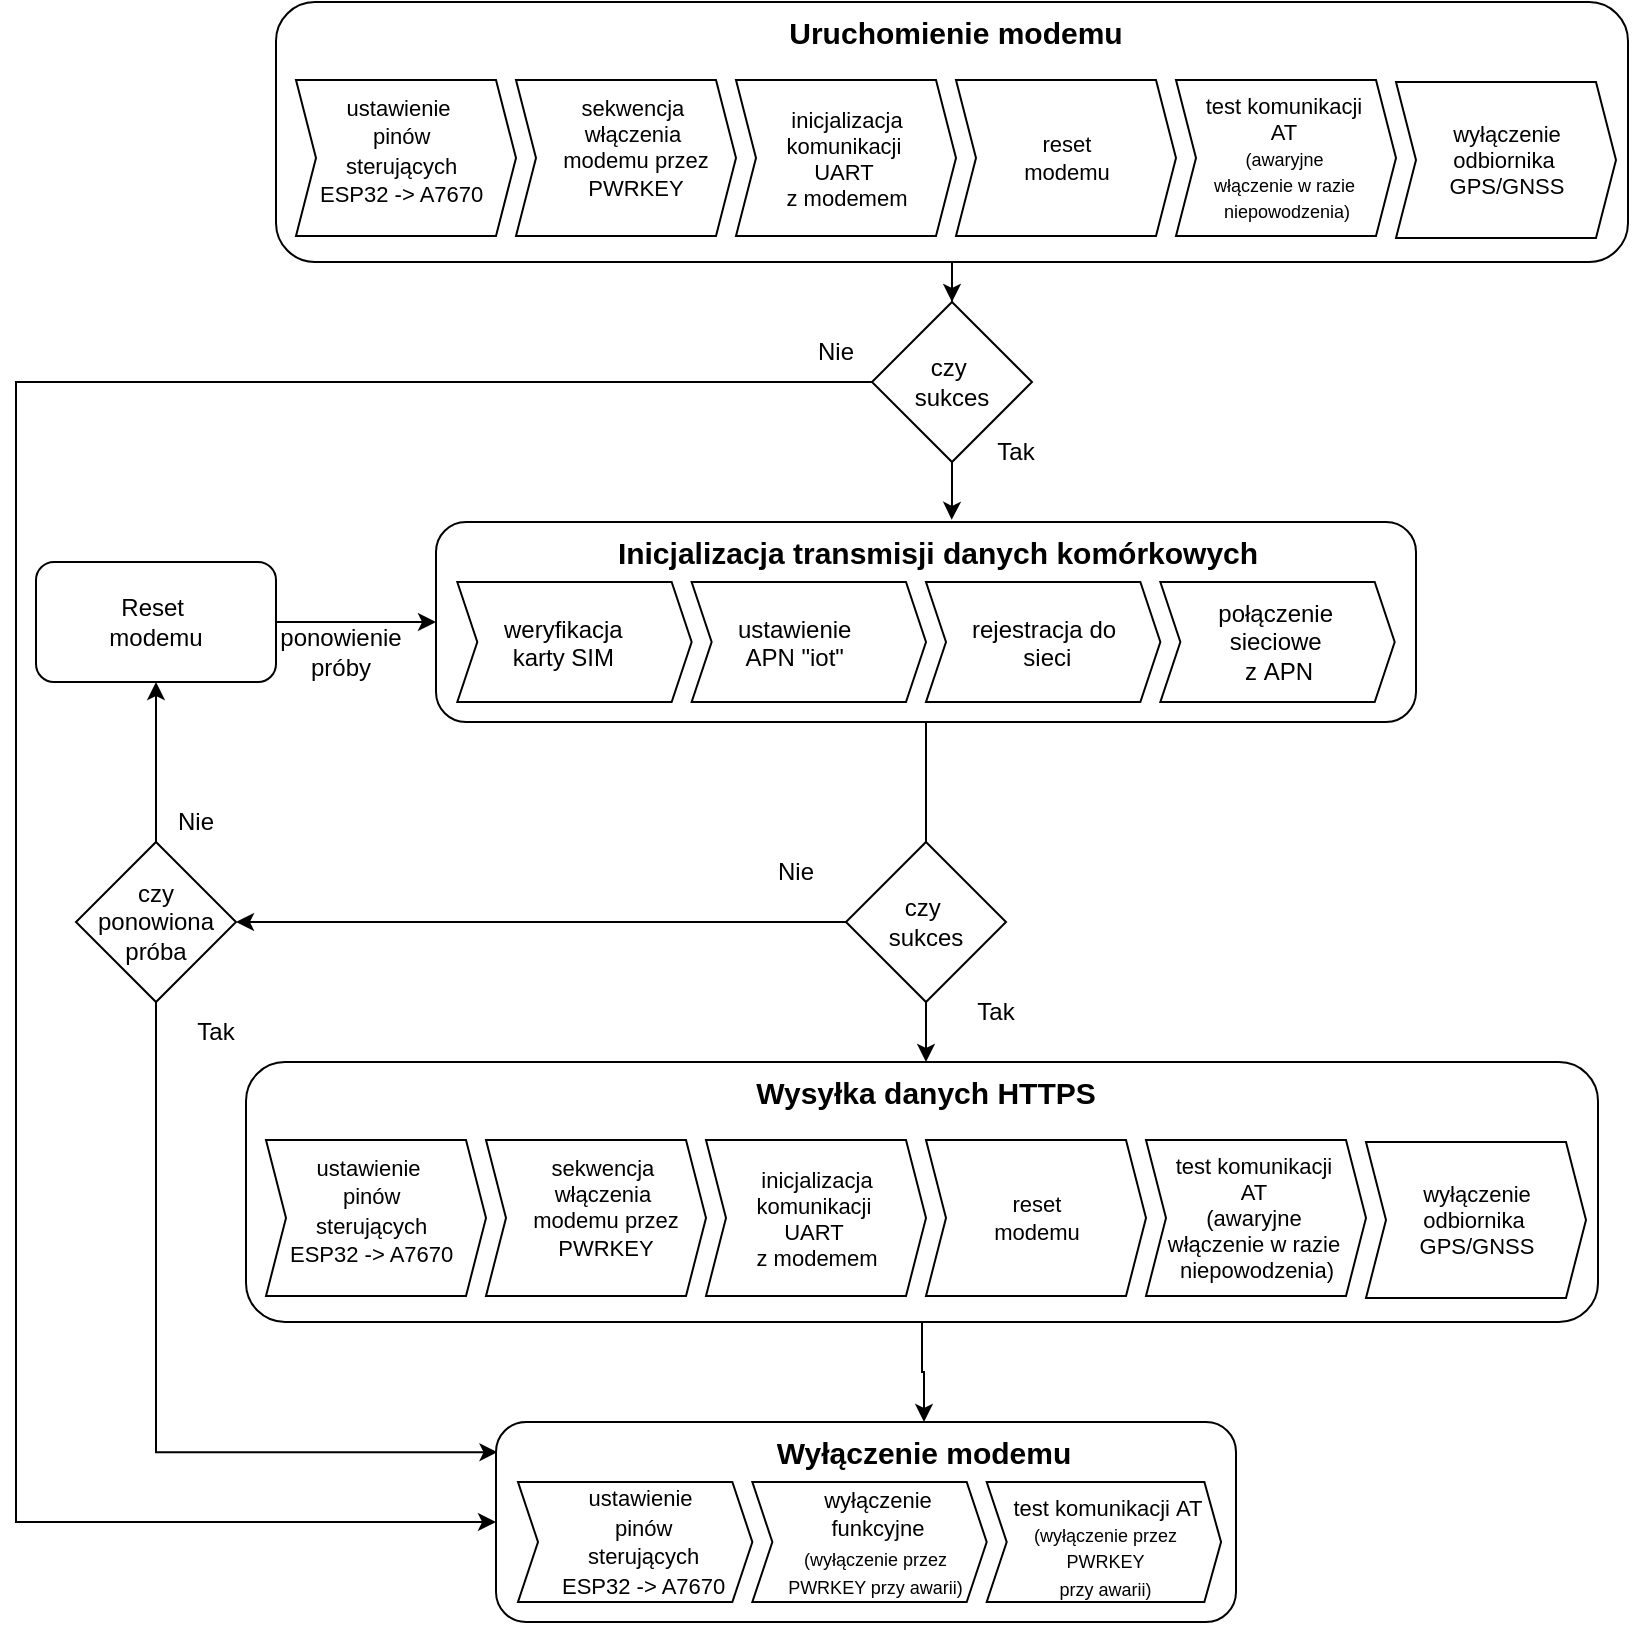
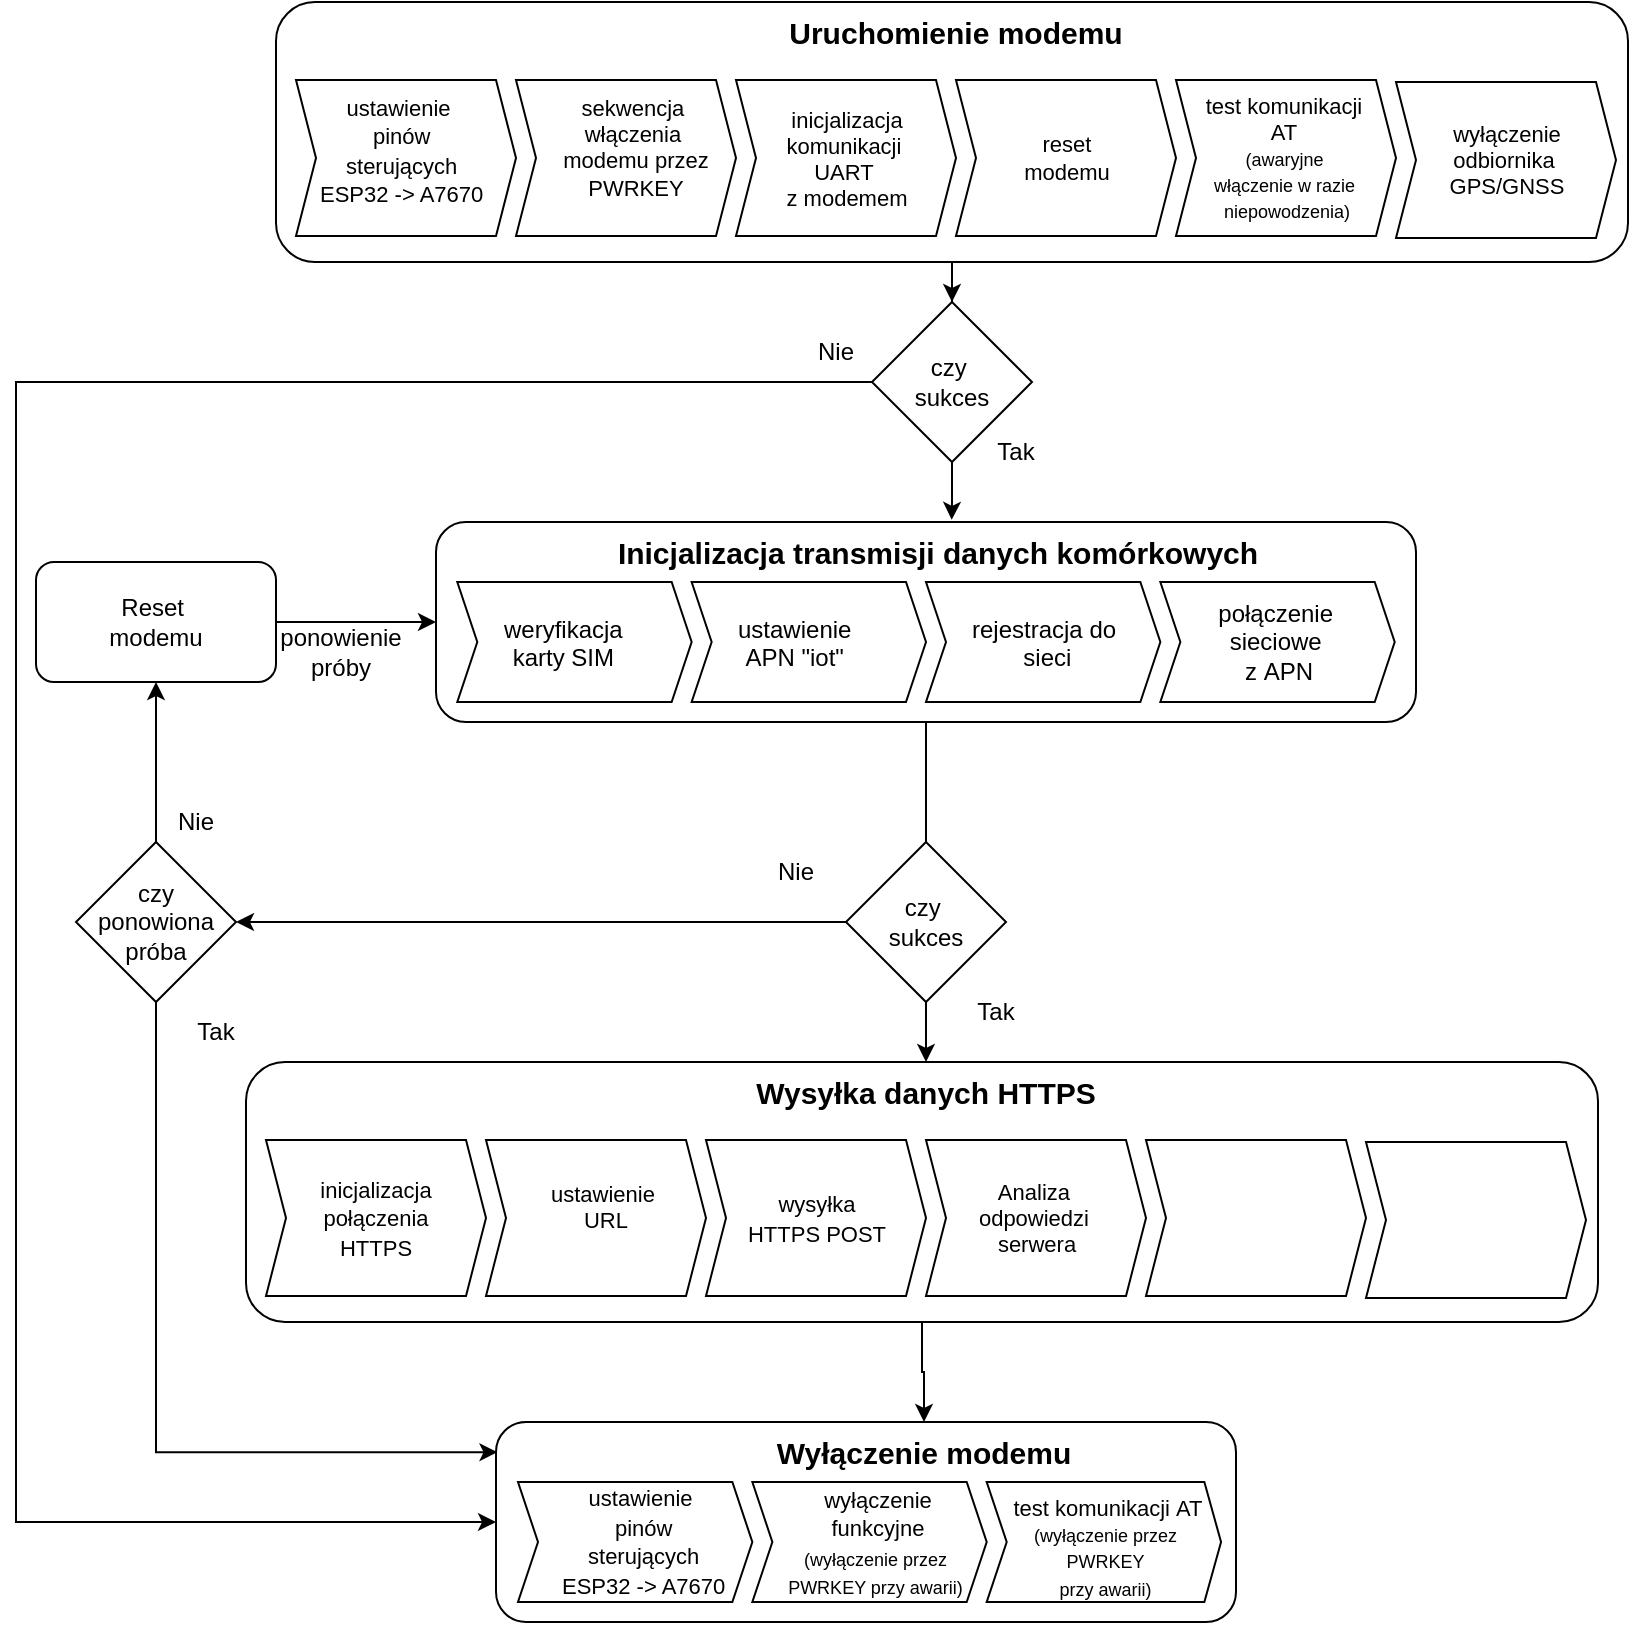
<mxfile host="app.diagrams.net">
  <diagram name="Strona-1" id="qUiWrLwNQSNPpPlMcjFA">
-     <mxGraphModel dx="578" dy="1732" grid="1" gridSize="10" guides="1" tooltips="1" connect="1" arrows="1" fold="1" page="1" pageScale="1" pageWidth="827" pageHeight="1169" math="0" shadow="0">
+     <mxGraphModel dx="960" dy="1979" grid="1" gridSize="10" guides="1" tooltips="1" connect="1" arrows="1" fold="1" page="1" pageScale="1" pageWidth="827" pageHeight="1169" math="0" shadow="0">
      <root>
        <mxCell id="0" />
        <mxCell id="1" parent="0" />
        <mxCell id="zzqq1YDTvUKB0URQ00NY-44" connectable="0" parent="1" style="group" value="" vertex="1">
          <mxGeometry height="100" width="490.6521739130435" x="650" y="110" as="geometry" />
        </mxCell>
        <mxCell id="zzqq1YDTvUKB0URQ00NY-41" parent="zzqq1YDTvUKB0URQ00NY-44" style="rounded=1;whiteSpace=wrap;html=1;fillColor=none;" value="" vertex="1">
          <mxGeometry height="100" width="490.0000000000001" as="geometry" />
        </mxCell>
        <mxCell id="zzqq1YDTvUKB0URQ00NY-43" connectable="0" parent="zzqq1YDTvUKB0URQ00NY-44" style="group" value="" vertex="1">
          <mxGeometry height="90" width="480" x="10.65217391304348" as="geometry" />
        </mxCell>
        <mxCell id="zzqq1YDTvUKB0URQ00NY-32" parent="zzqq1YDTvUKB0URQ00NY-43" style="html=1;shadow=0;dashed=0;align=center;verticalAlign=middle;shape=mxgraph.arrows2.arrow;dy=0;dx=10;notch=10;" value="" vertex="1">
          <mxGeometry height="60" width="117.17391304347828" y="30" as="geometry" />
        </mxCell>
        <mxCell id="zzqq1YDTvUKB0URQ00NY-34" parent="zzqq1YDTvUKB0URQ00NY-43" style="text;whiteSpace=wrap;html=1;" value="&lt;span style=&quot;caret-color: rgb(0, 0, 0); color: rgb(0, 0, 0); font-family: Helvetica; font-size: 12.000001px; font-style: normal; font-variant-caps: normal; font-weight: 400; letter-spacing: normal; orphans: 2; text-align: center; text-indent: 0px; text-transform: none; white-space: nowrap; widows: 2; word-spacing: 0px; -webkit-text-stroke-width: 0px; text-decoration-line: none; text-decoration-thickness: auto; text-decoration-style: solid;&quot;&gt;weryfikacja&lt;/span&gt;&lt;div style=&quot;caret-color: rgb(0, 0, 0); color: rgb(0, 0, 0); font-family: Helvetica; font-size: 12.000001px; font-style: normal; font-variant-caps: normal; font-weight: 400; letter-spacing: normal; orphans: 2; text-align: center; text-indent: 0px; text-transform: none; white-space: nowrap; widows: 2; word-spacing: 0px; -webkit-text-stroke-width: 0px; text-decoration-line: none; text-decoration-thickness: auto; text-decoration-style: solid;&quot;&gt;karty SIM&lt;/div&gt;" vertex="1">
          <mxGeometry height="50" width="95.86956521739131" x="21.30434782608696" y="40" as="geometry" />
        </mxCell>
        <mxCell id="zzqq1YDTvUKB0URQ00NY-35" parent="zzqq1YDTvUKB0URQ00NY-43" style="html=1;shadow=0;dashed=0;align=center;verticalAlign=middle;shape=mxgraph.arrows2.arrow;dy=0;dx=10;notch=10;" value="" vertex="1">
          <mxGeometry height="60" width="117.17391304347828" x="117.17391304347828" y="30" as="geometry" />
        </mxCell>
        <mxCell id="zzqq1YDTvUKB0URQ00NY-36" parent="zzqq1YDTvUKB0URQ00NY-43" style="text;whiteSpace=wrap;html=1;" value="&lt;div style=&quot;text-align: center;&quot;&gt;&lt;span style=&quot;font-size: 12px; caret-color: rgb(0, 0, 0); text-wrap-mode: nowrap;&quot;&gt;&lt;font color=&quot;#000000&quot;&gt;ustawienie&lt;/font&gt;&lt;/span&gt;&lt;/div&gt;&lt;div style=&quot;text-align: center;&quot;&gt;&lt;span style=&quot;font-size: 12px; caret-color: rgb(0, 0, 0); text-wrap-mode: nowrap;&quot;&gt;&lt;font color=&quot;#000000&quot;&gt;APN&amp;nbsp;&lt;/font&gt;&lt;/span&gt;&lt;span style=&quot;font-size: 12px; white-space: nowrap;&quot;&gt;&quot;iot&quot;&lt;/span&gt;&lt;/div&gt;" vertex="1">
          <mxGeometry height="50" width="95.86956521739131" x="138.47826086956525" y="40" as="geometry" />
        </mxCell>
        <mxCell id="zzqq1YDTvUKB0URQ00NY-37" parent="zzqq1YDTvUKB0URQ00NY-43" style="html=1;shadow=0;dashed=0;align=center;verticalAlign=middle;shape=mxgraph.arrows2.arrow;dy=0;dx=10;notch=10;" value="" vertex="1">
          <mxGeometry height="60" width="117.17391304347828" x="234.34782608695656" y="30" as="geometry" />
        </mxCell>
        <mxCell id="zzqq1YDTvUKB0URQ00NY-38" parent="zzqq1YDTvUKB0URQ00NY-43" style="text;whiteSpace=wrap;html=1;" value="&lt;div style=&quot;text-align: center;&quot;&gt;&lt;span style=&quot;caret-color: rgb(0, 0, 0); text-wrap-mode: nowrap;&quot;&gt;rejestracja do&amp;nbsp;&lt;/span&gt;&lt;/div&gt;&lt;div style=&quot;text-align: center;&quot;&gt;&lt;span style=&quot;caret-color: rgb(0, 0, 0); text-wrap-mode: nowrap;&quot;&gt;sieci&lt;/span&gt;&lt;/div&gt;" vertex="1">
          <mxGeometry height="50" width="95.86956521739131" x="255.6521739130435" y="40" as="geometry" />
        </mxCell>
        <mxCell id="zzqq1YDTvUKB0URQ00NY-39" parent="zzqq1YDTvUKB0URQ00NY-43" style="html=1;shadow=0;dashed=0;align=center;verticalAlign=middle;shape=mxgraph.arrows2.arrow;dy=0;dx=10;notch=10;" value="połączenie&amp;nbsp;&lt;div&gt;sieciowe&amp;nbsp;&lt;/div&gt;&lt;div&gt;z&amp;nbsp;&lt;span style=&quot;font-size: 12px;&quot;&gt;APN&lt;/span&gt;&lt;/div&gt;" vertex="1">
          <mxGeometry height="60" width="117.17391304347828" x="351.52173913043487" y="30" as="geometry" />
        </mxCell>
        <mxCell id="zzqq1YDTvUKB0URQ00NY-42" parent="zzqq1YDTvUKB0URQ00NY-43" style="text;whiteSpace=wrap;html=1;align=center;" value="&lt;div style=&quot;&quot;&gt;&lt;span style=&quot;&quot;&gt;&lt;b&gt;&lt;font style=&quot;font-size: 15px;&quot;&gt;Inicjalizacja transmisji danych komórkowych&lt;/font&gt;&lt;/b&gt;&lt;/span&gt;&lt;br&gt;&lt;/div&gt;" vertex="1">
          <mxGeometry height="50" width="480" as="geometry" />
        </mxCell>
        <mxCell id="zzqq1YDTvUKB0URQ00NY-64" connectable="0" parent="1" style="group" value="" vertex="1">
          <mxGeometry height="130" width="680" x="570" y="-150" as="geometry" />
        </mxCell>
        <mxCell id="zzqq1YDTvUKB0URQ00NY-47" parent="zzqq1YDTvUKB0URQ00NY-64" style="rounded=1;whiteSpace=wrap;html=1;fillColor=none;" value="" vertex="1">
          <mxGeometry height="130" width="676" as="geometry" />
        </mxCell>
        <mxCell id="zzqq1YDTvUKB0URQ00NY-63" connectable="0" parent="zzqq1YDTvUKB0URQ00NY-64" style="group" value="" vertex="1">
          <mxGeometry height="118" width="670" x="10" as="geometry" />
        </mxCell>
        <mxCell id="zzqq1YDTvUKB0URQ00NY-48" connectable="0" parent="zzqq1YDTvUKB0URQ00NY-63" style="group" value="" vertex="1">
          <mxGeometry height="117" width="670" as="geometry" />
        </mxCell>
        <mxCell id="zzqq1YDTvUKB0URQ00NY-49" parent="zzqq1YDTvUKB0URQ00NY-48" style="html=1;shadow=0;dashed=0;align=center;verticalAlign=middle;shape=mxgraph.arrows2.arrow;dy=0;dx=10;notch=10;" value="" vertex="1">
          <mxGeometry height="78" width="110" y="39" as="geometry" />
        </mxCell>
        <mxCell id="zzqq1YDTvUKB0URQ00NY-51" parent="zzqq1YDTvUKB0URQ00NY-48" style="html=1;shadow=0;dashed=0;align=center;verticalAlign=middle;shape=mxgraph.arrows2.arrow;dy=0;dx=10;notch=10;" value="" vertex="1">
          <mxGeometry height="78" width="110" x="110" y="39" as="geometry" />
        </mxCell>
        <mxCell id="zzqq1YDTvUKB0URQ00NY-52" parent="zzqq1YDTvUKB0URQ00NY-48" style="text;whiteSpace=wrap;html=1;fontSize=11;align=center;" value="&lt;div style=&quot;&quot;&gt;&lt;span style=&quot;caret-color: rgb(0, 0, 0); text-wrap-mode: nowrap;&quot;&gt;sekwencja&amp;nbsp;&lt;/span&gt;&lt;/div&gt;&lt;div style=&quot;&quot;&gt;&lt;span style=&quot;caret-color: rgb(0, 0, 0); text-wrap-mode: nowrap;&quot;&gt;włączenia&amp;nbsp;&lt;/span&gt;&lt;/div&gt;&lt;div style=&quot;&quot;&gt;&lt;span style=&quot;caret-color: rgb(0, 0, 0); text-wrap-mode: nowrap;&quot;&gt;modemu przez&lt;/span&gt;&lt;/div&gt;&lt;div style=&quot;&quot;&gt;&lt;span style=&quot;caret-color: rgb(0, 0, 0); text-wrap-mode: nowrap;&quot;&gt;PWRKEY&lt;/span&gt;&lt;/div&gt;&lt;div style=&quot;&quot;&gt;&lt;span style=&quot;caret-color: rgb(0, 0, 0); text-wrap-mode: nowrap;&quot;&gt;&lt;br&gt;&lt;/span&gt;&lt;/div&gt;&lt;div style=&quot;&quot;&gt;&lt;br&gt;&lt;/div&gt;" vertex="1">
          <mxGeometry height="77" width="120" x="110" y="40" as="geometry" />
        </mxCell>
        <mxCell id="zzqq1YDTvUKB0URQ00NY-53" parent="zzqq1YDTvUKB0URQ00NY-48" style="html=1;shadow=0;dashed=0;align=center;verticalAlign=middle;shape=mxgraph.arrows2.arrow;dy=0;dx=10;notch=10;" value="&lt;span style=&quot;font-size: 11px; float: none; display: inline !important; caret-color: rgb(0, 0, 0); color: rgb(0, 0, 0); text-decoration-color: currentcolor;&quot;&gt;inicjalizacja&lt;/span&gt;&lt;div style=&quot;font-size: 11px; white-space: normal; caret-color: rgb(0, 0, 0); color: rgb(0, 0, 0);&quot;&gt;&lt;span style=&quot;text-wrap-mode: nowrap;&quot;&gt;komunikacji&amp;nbsp;&lt;/span&gt;&lt;/div&gt;&lt;div style=&quot;font-size: 11px; white-space: normal; caret-color: rgb(0, 0, 0); color: rgb(0, 0, 0);&quot;&gt;&lt;span style=&quot;text-wrap-mode: nowrap;&quot;&gt;UART&amp;nbsp;&lt;/span&gt;&lt;/div&gt;&lt;div style=&quot;font-size: 11px; white-space: normal; caret-color: rgb(0, 0, 0); color: rgb(0, 0, 0);&quot;&gt;&lt;span style=&quot;text-wrap-mode: nowrap;&quot;&gt;z modemem&lt;/span&gt;&lt;/div&gt;" vertex="1">
          <mxGeometry height="78" width="110" x="220" y="39" as="geometry" />
        </mxCell>
        <mxCell id="zzqq1YDTvUKB0URQ00NY-55" parent="zzqq1YDTvUKB0URQ00NY-48" style="html=1;shadow=0;dashed=0;align=center;verticalAlign=middle;shape=mxgraph.arrows2.arrow;dy=0;dx=10;notch=10;fontSize=11;labelBackgroundColor=none;" value="reset&lt;div&gt;modemu&lt;/div&gt;" vertex="1">
          <mxGeometry height="78" width="110" x="330" y="39" as="geometry" />
        </mxCell>
        <mxCell id="zzqq1YDTvUKB0URQ00NY-56" parent="zzqq1YDTvUKB0URQ00NY-48" style="text;whiteSpace=wrap;html=1;align=center;" value="&lt;div style=&quot;&quot;&gt;&lt;b&gt;&lt;font style=&quot;font-size: 15px;&quot;&gt;Uruchomienie modemu&lt;/font&gt;&lt;/b&gt;&lt;/div&gt;" vertex="1">
          <mxGeometry height="65" width="680" x="-10" as="geometry" />
        </mxCell>
        <mxCell id="zzqq1YDTvUKB0URQ00NY-50" parent="zzqq1YDTvUKB0URQ00NY-48" style="text;whiteSpace=wrap;html=1;" value="&lt;div style=&quot;text-align: center;&quot;&gt;&lt;span style=&quot;text-wrap-mode: nowrap;&quot;&gt;&lt;font style=&quot;font-size: 11px;&quot;&gt;ustawienie&amp;nbsp;&lt;/font&gt;&lt;/span&gt;&lt;/div&gt;&lt;div style=&quot;text-align: center;&quot;&gt;&lt;span style=&quot;text-wrap-mode: nowrap;&quot;&gt;&lt;font style=&quot;font-size: 11px;&quot;&gt;pinów&lt;/font&gt;&lt;/span&gt;&lt;/div&gt;&lt;div style=&quot;text-align: center;&quot;&gt;&lt;span style=&quot;text-wrap-mode: nowrap;&quot;&gt;&lt;font style=&quot;font-size: 11px;&quot;&gt;&amp;nbsp;sterujących&amp;nbsp;&lt;/font&gt;&lt;/span&gt;&lt;/div&gt;&lt;div style=&quot;text-align: center;&quot;&gt;&lt;span style=&quot;font-size: 11px; text-wrap-mode: nowrap;&quot;&gt;ESP32 -&amp;gt; A7670&lt;/span&gt;&lt;/div&gt;&lt;div style=&quot;text-align: center;&quot;&gt;&lt;span style=&quot;text-wrap-mode: nowrap;&quot;&gt;&lt;br&gt;&lt;/span&gt;&lt;/div&gt;" vertex="1">
          <mxGeometry height="65" width="90" x="10" y="39" as="geometry" />
        </mxCell>
        <mxCell id="zzqq1YDTvUKB0URQ00NY-58" parent="zzqq1YDTvUKB0URQ00NY-63" style="html=1;shadow=0;dashed=0;align=center;verticalAlign=middle;shape=mxgraph.arrows2.arrow;dy=0;dx=10;notch=10;fontSize=11;" value="test komunikacji&amp;nbsp;&lt;div&gt;AT&amp;nbsp;&lt;div&gt;&lt;font style=&quot;font-size: 9px;&quot;&gt;(awaryjne&amp;nbsp;&lt;/font&gt;&lt;/div&gt;&lt;div&gt;&lt;font style=&quot;font-size: 9px;&quot;&gt;włączenie w razie&amp;nbsp;&lt;/font&gt;&lt;/div&gt;&lt;div&gt;&lt;font style=&quot;font-size: 9px;&quot;&gt;niepowodzenia)&lt;/font&gt;&lt;/div&gt;&lt;/div&gt;" vertex="1">
          <mxGeometry height="78" width="110" x="440" y="39" as="geometry" />
        </mxCell>
        <mxCell id="zzqq1YDTvUKB0URQ00NY-59" parent="zzqq1YDTvUKB0URQ00NY-63" style="html=1;shadow=0;dashed=0;align=center;verticalAlign=middle;shape=mxgraph.arrows2.arrow;dy=0;dx=10;notch=10;fontSize=11;" value="wyłączenie&lt;div&gt;odbiornika&amp;nbsp;&lt;/div&gt;&lt;div&gt;GPS/GNSS&lt;/div&gt;" vertex="1">
          <mxGeometry height="78" width="110" x="550" y="40" as="geometry" />
        </mxCell>
        <mxCell id="zzqq1YDTvUKB0URQ00NY-69" edge="1" parent="1" source="zzqq1YDTvUKB0URQ00NY-65" style="edgeStyle=orthogonalEdgeStyle;rounded=0;orthogonalLoop=1;jettySize=auto;html=1;fontSize=13;entryX=0.515;entryY=-0.022;entryDx=0;entryDy=0;entryPerimeter=0;" target="zzqq1YDTvUKB0URQ00NY-42" value="">
          <mxGeometry relative="1" as="geometry" />
        </mxCell>
        <mxCell id="zzqq1YDTvUKB0URQ00NY-126" edge="1" parent="1" source="zzqq1YDTvUKB0URQ00NY-65" style="edgeStyle=orthogonalEdgeStyle;rounded=0;orthogonalLoop=1;jettySize=auto;html=1;entryX=0;entryY=0.5;entryDx=0;entryDy=0;" target="zzqq1YDTvUKB0URQ00NY-73">
          <mxGeometry relative="1" as="geometry">
            <Array as="points">
              <mxPoint x="440" y="40" />
              <mxPoint x="440" y="610" />
            </Array>
            <mxPoint x="430" y="730" as="targetPoint" />
          </mxGeometry>
        </mxCell>
        <mxCell id="zzqq1YDTvUKB0URQ00NY-65" parent="1" style="rhombus;whiteSpace=wrap;html=1;" value="czy&amp;nbsp;&lt;div&gt;sukces&lt;/div&gt;" vertex="1">
          <mxGeometry height="80" width="80" x="868" as="geometry" />
        </mxCell>
        <mxCell id="zzqq1YDTvUKB0URQ00NY-66" parent="1" style="text;html=1;whiteSpace=wrap;strokeColor=none;fillColor=none;align=center;verticalAlign=middle;rounded=0;" value="Nie" vertex="1">
          <mxGeometry height="30" width="60" x="820" y="10" as="geometry" />
        </mxCell>
        <mxCell id="zzqq1YDTvUKB0URQ00NY-94" parent="1" style="text;html=1;whiteSpace=wrap;strokeColor=none;fillColor=none;align=center;verticalAlign=middle;rounded=0;" value="Tak" vertex="1">
          <mxGeometry height="30" width="60" x="910" y="60" as="geometry" />
        </mxCell>
        <mxCell id="zzqq1YDTvUKB0URQ00NY-95" connectable="0" parent="1" style="group" value="" vertex="1">
          <mxGeometry height="130" width="680" x="555" y="380" as="geometry" />
        </mxCell>
        <mxCell id="zzqq1YDTvUKB0URQ00NY-96" parent="zzqq1YDTvUKB0URQ00NY-95" style="rounded=1;whiteSpace=wrap;html=1;fillColor=none;" value="" vertex="1">
          <mxGeometry height="130" width="676" as="geometry" />
        </mxCell>
        <mxCell id="zzqq1YDTvUKB0URQ00NY-97" connectable="0" parent="zzqq1YDTvUKB0URQ00NY-95" style="group" value="" vertex="1">
-           <mxGeometry height="118" width="670" x="10" as="geometry" />
+           <mxGeometry height="120" width="670" x="10" as="geometry" />
        </mxCell>
        <mxCell id="zzqq1YDTvUKB0URQ00NY-98" connectable="0" parent="zzqq1YDTvUKB0URQ00NY-97" style="group" value="" vertex="1">
-           <mxGeometry height="117" width="670" as="geometry" />
+           <mxGeometry height="120" width="670" as="geometry" />
        </mxCell>
        <mxCell id="zzqq1YDTvUKB0URQ00NY-99" parent="zzqq1YDTvUKB0URQ00NY-98" style="html=1;shadow=0;dashed=0;align=center;verticalAlign=middle;shape=mxgraph.arrows2.arrow;dy=0;dx=10;notch=10;" value="" vertex="1">
          <mxGeometry height="78" width="110" y="39" as="geometry" />
        </mxCell>
        <mxCell id="zzqq1YDTvUKB0URQ00NY-100" parent="zzqq1YDTvUKB0URQ00NY-98" style="html=1;shadow=0;dashed=0;align=center;verticalAlign=middle;shape=mxgraph.arrows2.arrow;dy=0;dx=10;notch=10;" value="" vertex="1">
          <mxGeometry height="78" width="110" x="110" y="39" as="geometry" />
        </mxCell>
-         <mxCell id="zzqq1YDTvUKB0URQ00NY-101" parent="zzqq1YDTvUKB0URQ00NY-98" style="text;whiteSpace=wrap;html=1;fontSize=11;align=center;" value="&lt;div style=&quot;&quot;&gt;&lt;span style=&quot;caret-color: rgb(0, 0, 0); text-wrap-mode: nowrap;&quot;&gt;sekwencja&amp;nbsp;&lt;/span&gt;&lt;/div&gt;&lt;div style=&quot;&quot;&gt;&lt;span style=&quot;caret-color: rgb(0, 0, 0); text-wrap-mode: nowrap;&quot;&gt;włączenia&amp;nbsp;&lt;/span&gt;&lt;/div&gt;&lt;div style=&quot;&quot;&gt;&lt;span style=&quot;caret-color: rgb(0, 0, 0); text-wrap-mode: nowrap;&quot;&gt;modemu przez&lt;/span&gt;&lt;/div&gt;&lt;div style=&quot;&quot;&gt;&lt;span style=&quot;caret-color: rgb(0, 0, 0); text-wrap-mode: nowrap;&quot;&gt;PWRKEY&lt;/span&gt;&lt;/div&gt;&lt;div style=&quot;&quot;&gt;&lt;span style=&quot;caret-color: rgb(0, 0, 0); text-wrap-mode: nowrap;&quot;&gt;&lt;br&gt;&lt;/span&gt;&lt;/div&gt;&lt;div style=&quot;&quot;&gt;&lt;br&gt;&lt;/div&gt;" vertex="1">
+         <mxCell id="zzqq1YDTvUKB0URQ00NY-101" parent="zzqq1YDTvUKB0URQ00NY-98" style="text;whiteSpace=wrap;html=1;fontSize=11;align=center;" value="&lt;div style=&quot;&quot;&gt;&lt;span style=&quot;caret-color: rgb(0, 0, 0); text-wrap-mode: nowrap;&quot;&gt;&lt;br&gt;&lt;/span&gt;&lt;/div&gt;&lt;div style=&quot;&quot;&gt;&lt;span style=&quot;caret-color: rgb(0, 0, 0); text-wrap-mode: nowrap;&quot;&gt;ustawienie&amp;nbsp;&lt;/span&gt;&lt;/div&gt;&lt;div style=&quot;&quot;&gt;&lt;span style=&quot;white-space: nowrap;&quot;&gt;URL&lt;/span&gt;&lt;br&gt;&lt;/div&gt;" vertex="1">
          <mxGeometry height="77" width="120" x="110" y="40" as="geometry" />
        </mxCell>
-         <mxCell id="zzqq1YDTvUKB0URQ00NY-102" parent="zzqq1YDTvUKB0URQ00NY-98" style="html=1;shadow=0;dashed=0;align=center;verticalAlign=middle;shape=mxgraph.arrows2.arrow;dy=0;dx=10;notch=10;" value="&lt;span style=&quot;font-size: 11px; float: none; display: inline !important; caret-color: rgb(0, 0, 0); color: rgb(0, 0, 0); text-decoration-color: currentcolor;&quot;&gt;inicjalizacja&lt;/span&gt;&lt;div style=&quot;font-size: 11px; white-space: normal; caret-color: rgb(0, 0, 0); color: rgb(0, 0, 0);&quot;&gt;&lt;span style=&quot;text-wrap-mode: nowrap;&quot;&gt;komunikacji&amp;nbsp;&lt;/span&gt;&lt;/div&gt;&lt;div style=&quot;font-size: 11px; white-space: normal; caret-color: rgb(0, 0, 0); color: rgb(0, 0, 0);&quot;&gt;&lt;span style=&quot;text-wrap-mode: nowrap;&quot;&gt;UART&amp;nbsp;&lt;/span&gt;&lt;/div&gt;&lt;div style=&quot;font-size: 11px; white-space: normal; caret-color: rgb(0, 0, 0); color: rgb(0, 0, 0);&quot;&gt;&lt;span style=&quot;text-wrap-mode: nowrap;&quot;&gt;z modemem&lt;/span&gt;&lt;/div&gt;" vertex="1">
+         <mxCell id="zzqq1YDTvUKB0URQ00NY-102" parent="zzqq1YDTvUKB0URQ00NY-98" style="html=1;shadow=0;dashed=0;align=center;verticalAlign=middle;shape=mxgraph.arrows2.arrow;dy=0;dx=10;notch=10;" value="&lt;font color=&quot;#000000&quot;&gt;&lt;span style=&quot;caret-color: rgb(0, 0, 0); font-size: 11px;&quot;&gt;wysyłka&lt;/span&gt;&lt;/font&gt;&lt;div&gt;&lt;font color=&quot;#000000&quot;&gt;&lt;span style=&quot;caret-color: rgb(0, 0, 0); font-size: 11px;&quot;&gt;HTTPS POST&lt;/span&gt;&lt;/font&gt;&lt;/div&gt;" vertex="1">
          <mxGeometry height="78" width="110" x="220" y="39" as="geometry" />
        </mxCell>
-         <mxCell id="zzqq1YDTvUKB0URQ00NY-103" parent="zzqq1YDTvUKB0URQ00NY-98" style="html=1;shadow=0;dashed=0;align=center;verticalAlign=middle;shape=mxgraph.arrows2.arrow;dy=0;dx=10;notch=10;fontSize=11;labelBackgroundColor=none;" value="reset&lt;div&gt;modemu&lt;/div&gt;" vertex="1">
+         <mxCell id="zzqq1YDTvUKB0URQ00NY-103" parent="zzqq1YDTvUKB0URQ00NY-98" style="html=1;shadow=0;dashed=0;align=center;verticalAlign=middle;shape=mxgraph.arrows2.arrow;dy=0;dx=10;notch=10;fontSize=11;labelBackgroundColor=none;" value="Analiza&amp;nbsp;&lt;div&gt;odpowiedzi&amp;nbsp;&lt;/div&gt;&lt;div&gt;serwera&lt;/div&gt;" vertex="1">
          <mxGeometry height="78" width="110" x="330" y="39" as="geometry" />
        </mxCell>
        <mxCell id="zzqq1YDTvUKB0URQ00NY-104" parent="zzqq1YDTvUKB0URQ00NY-98" style="text;whiteSpace=wrap;html=1;align=center;" value="&lt;div style=&quot;&quot;&gt;&lt;b&gt;&lt;font style=&quot;font-size: 15px;&quot;&gt;Wysyłka danych HTTPS&lt;/font&gt;&lt;/b&gt;&lt;/div&gt;" vertex="1">
          <mxGeometry height="65" width="680" x="-10" as="geometry" />
        </mxCell>
-         <mxCell id="zzqq1YDTvUKB0URQ00NY-105" parent="zzqq1YDTvUKB0URQ00NY-98" style="text;whiteSpace=wrap;html=1;" value="&lt;div style=&quot;text-align: center;&quot;&gt;&lt;span style=&quot;text-wrap-mode: nowrap;&quot;&gt;&lt;font style=&quot;font-size: 11px;&quot;&gt;ustawienie&amp;nbsp;&lt;/font&gt;&lt;/span&gt;&lt;/div&gt;&lt;div style=&quot;text-align: center;&quot;&gt;&lt;span style=&quot;text-wrap-mode: nowrap;&quot;&gt;&lt;font style=&quot;font-size: 11px;&quot;&gt;pinów&lt;/font&gt;&lt;/span&gt;&lt;/div&gt;&lt;div style=&quot;text-align: center;&quot;&gt;&lt;span style=&quot;text-wrap-mode: nowrap;&quot;&gt;&lt;font style=&quot;font-size: 11px;&quot;&gt;&amp;nbsp;sterujących&amp;nbsp;&lt;/font&gt;&lt;/span&gt;&lt;/div&gt;&lt;div style=&quot;text-align: center;&quot;&gt;&lt;span style=&quot;font-size: 11px; text-wrap-mode: nowrap;&quot;&gt;ESP32 -&amp;gt; A7670&lt;/span&gt;&lt;/div&gt;&lt;div style=&quot;text-align: center;&quot;&gt;&lt;span style=&quot;text-wrap-mode: nowrap;&quot;&gt;&lt;br&gt;&lt;/span&gt;&lt;/div&gt;" vertex="1">
-           <mxGeometry height="65" width="90" x="10" y="39" as="geometry" />
-         </mxCell>
-         <mxCell id="zzqq1YDTvUKB0URQ00NY-106" parent="zzqq1YDTvUKB0URQ00NY-97" style="html=1;shadow=0;dashed=0;align=center;verticalAlign=middle;shape=mxgraph.arrows2.arrow;dy=0;dx=10;notch=10;fontSize=11;" value="test komunikacji&amp;nbsp;&lt;div&gt;AT&amp;nbsp;&lt;div&gt;(awaryjne&amp;nbsp;&lt;/div&gt;&lt;div&gt;włączenie w razie&amp;nbsp;&lt;/div&gt;&lt;div&gt;niepowodzenia)&lt;/div&gt;&lt;/div&gt;" vertex="1">
+         <mxCell id="zzqq1YDTvUKB0URQ00NY-105" parent="zzqq1YDTvUKB0URQ00NY-98" style="text;whiteSpace=wrap;html=1;align=center;" value="&lt;div style=&quot;&quot;&gt;&lt;span style=&quot;font-size: 11px; text-wrap-mode: nowrap;&quot;&gt;inicjalizacja&lt;/span&gt;&lt;/div&gt;&lt;div style=&quot;&quot;&gt;&lt;span style=&quot;font-size: 11px; text-wrap-mode: nowrap;&quot;&gt;&amp;nbsp;połączenia&amp;nbsp;&lt;/span&gt;&lt;/div&gt;&lt;div style=&quot;&quot;&gt;&lt;span style=&quot;font-size: 11px; text-wrap-mode: nowrap;&quot;&gt;HTTPS&lt;/span&gt;&lt;/div&gt;" vertex="1">
+           <mxGeometry height="70" width="130" x="-10" y="50" as="geometry" />
+         </mxCell>
+         <mxCell id="zzqq1YDTvUKB0URQ00NY-106" parent="zzqq1YDTvUKB0URQ00NY-97" style="html=1;shadow=0;dashed=0;align=center;verticalAlign=middle;shape=mxgraph.arrows2.arrow;dy=0;dx=10;notch=10;fontSize=11;" value="" vertex="1">
          <mxGeometry height="78" width="110" x="440" y="39" as="geometry" />
        </mxCell>
-         <mxCell id="zzqq1YDTvUKB0URQ00NY-107" parent="zzqq1YDTvUKB0URQ00NY-97" style="html=1;shadow=0;dashed=0;align=center;verticalAlign=middle;shape=mxgraph.arrows2.arrow;dy=0;dx=10;notch=10;fontSize=11;" value="wyłączenie&lt;div&gt;odbiornika&amp;nbsp;&lt;/div&gt;&lt;div&gt;GPS/GNSS&lt;/div&gt;" vertex="1">
+         <mxCell id="zzqq1YDTvUKB0URQ00NY-107" parent="zzqq1YDTvUKB0URQ00NY-97" style="html=1;shadow=0;dashed=0;align=center;verticalAlign=middle;shape=mxgraph.arrows2.arrow;dy=0;dx=10;notch=10;fontSize=11;" value="" vertex="1">
          <mxGeometry height="78" width="110" x="550" y="40" as="geometry" />
        </mxCell>
        <mxCell id="zzqq1YDTvUKB0URQ00NY-108" edge="1" parent="1" source="zzqq1YDTvUKB0URQ00NY-41" style="edgeStyle=orthogonalEdgeStyle;rounded=0;orthogonalLoop=1;jettySize=auto;html=1;entryX=0.5;entryY=0;entryDx=0;entryDy=0;exitX=0.5;exitY=1;exitDx=0;exitDy=0;" target="zzqq1YDTvUKB0URQ00NY-104">
          <mxGeometry relative="1" as="geometry" />
        </mxCell>
        <mxCell id="zzqq1YDTvUKB0URQ00NY-119" edge="1" parent="1" source="zzqq1YDTvUKB0URQ00NY-109" style="edgeStyle=orthogonalEdgeStyle;rounded=0;orthogonalLoop=1;jettySize=auto;html=1;" target="zzqq1YDTvUKB0URQ00NY-115">
          <mxGeometry relative="1" as="geometry" />
        </mxCell>
        <mxCell id="zzqq1YDTvUKB0URQ00NY-109" parent="1" style="rhombus;whiteSpace=wrap;html=1;" value="czy&amp;nbsp;&lt;div&gt;sukces&lt;/div&gt;" vertex="1">
          <mxGeometry height="80" width="80" x="855" y="270" as="geometry" />
        </mxCell>
        <mxCell id="zzqq1YDTvUKB0URQ00NY-110" parent="1" style="text;html=1;whiteSpace=wrap;strokeColor=none;fillColor=none;align=center;verticalAlign=middle;rounded=0;" value="Tak" vertex="1">
          <mxGeometry height="30" width="60" x="900" y="340" as="geometry" />
        </mxCell>
        <mxCell id="zzqq1YDTvUKB0URQ00NY-111" parent="1" style="text;html=1;whiteSpace=wrap;strokeColor=none;fillColor=none;align=center;verticalAlign=middle;rounded=0;" value="Nie" vertex="1">
          <mxGeometry height="30" width="60" x="800" y="270" as="geometry" />
        </mxCell>
        <mxCell id="zzqq1YDTvUKB0URQ00NY-121" edge="1" parent="1" source="zzqq1YDTvUKB0URQ00NY-113" style="edgeStyle=orthogonalEdgeStyle;rounded=0;orthogonalLoop=1;jettySize=auto;html=1;entryX=0;entryY=0.5;entryDx=0;entryDy=0;" target="zzqq1YDTvUKB0URQ00NY-41" value="">
          <mxGeometry relative="1" as="geometry" />
        </mxCell>
        <mxCell id="zzqq1YDTvUKB0URQ00NY-113" parent="1" style="rounded=1;whiteSpace=wrap;html=1;" value="Reset&amp;nbsp;&lt;div&gt;modemu&lt;/div&gt;" vertex="1">
          <mxGeometry height="60" width="120" x="450" y="130" as="geometry" />
        </mxCell>
        <mxCell id="zzqq1YDTvUKB0URQ00NY-114" edge="1" parent="1" source="zzqq1YDTvUKB0URQ00NY-115" style="edgeStyle=orthogonalEdgeStyle;rounded=0;orthogonalLoop=1;jettySize=auto;html=1;" target="zzqq1YDTvUKB0URQ00NY-113" value="">
          <mxGeometry relative="1" as="geometry" />
        </mxCell>
        <mxCell id="zzqq1YDTvUKB0URQ00NY-122" edge="1" parent="1" source="zzqq1YDTvUKB0URQ00NY-115" style="edgeStyle=orthogonalEdgeStyle;rounded=0;orthogonalLoop=1;jettySize=auto;html=1;entryX=0.002;entryY=0.151;entryDx=0;entryDy=0;entryPerimeter=0;" target="zzqq1YDTvUKB0URQ00NY-73">
          <mxGeometry relative="1" as="geometry">
            <Array as="points">
              <mxPoint x="510" y="575" />
            </Array>
          </mxGeometry>
        </mxCell>
        <mxCell id="zzqq1YDTvUKB0URQ00NY-115" parent="1" style="rhombus;whiteSpace=wrap;html=1;" value="czy ponowiona próba" vertex="1">
          <mxGeometry height="80" width="80" x="470" y="270" as="geometry" />
        </mxCell>
        <mxCell id="zzqq1YDTvUKB0URQ00NY-116" parent="1" style="text;html=1;whiteSpace=wrap;strokeColor=none;fillColor=none;align=center;verticalAlign=middle;rounded=0;" value="Nie" vertex="1">
          <mxGeometry height="30" width="60" x="500" y="245" as="geometry" />
        </mxCell>
        <mxCell id="zzqq1YDTvUKB0URQ00NY-117" parent="1" style="text;html=1;whiteSpace=wrap;strokeColor=none;fillColor=none;align=center;verticalAlign=middle;rounded=0;" value="Tak" vertex="1">
          <mxGeometry height="30" width="60" x="510" y="350" as="geometry" />
        </mxCell>
        <mxCell id="zzqq1YDTvUKB0URQ00NY-120" parent="1" style="text;html=1;whiteSpace=wrap;strokeColor=none;fillColor=none;align=center;verticalAlign=middle;rounded=0;" value="ponowienie próby" vertex="1">
          <mxGeometry height="30" width="95" x="555" y="160" as="geometry" />
        </mxCell>
        <mxCell id="zzqq1YDTvUKB0URQ00NY-128" edge="1" parent="1" source="zzqq1YDTvUKB0URQ00NY-47" style="edgeStyle=orthogonalEdgeStyle;rounded=0;orthogonalLoop=1;jettySize=auto;html=1;entryX=0.5;entryY=0;entryDx=0;entryDy=0;" target="zzqq1YDTvUKB0URQ00NY-65">
          <mxGeometry relative="1" as="geometry" />
        </mxCell>
        <mxCell id="zzqq1YDTvUKB0URQ00NY-129" edge="1" parent="1" source="zzqq1YDTvUKB0URQ00NY-96" style="edgeStyle=orthogonalEdgeStyle;rounded=0;orthogonalLoop=1;jettySize=auto;html=1;" target="zzqq1YDTvUKB0URQ00NY-82" value="">
          <mxGeometry relative="1" as="geometry" />
        </mxCell>
        <mxCell id="zzqq1YDTvUKB0URQ00NY-73" parent="1" style="rounded=1;whiteSpace=wrap;html=1;fillColor=none;" value="" vertex="1">
          <mxGeometry height="100" width="370" x="680" y="560" as="geometry" />
        </mxCell>
        <mxCell id="zzqq1YDTvUKB0URQ00NY-133" connectable="0" parent="1" style="group" value="" vertex="1">
          <mxGeometry height="95" width="501.9999999999999" x="659.0021739130435" y="560" as="geometry" />
        </mxCell>
        <mxCell id="zzqq1YDTvUKB0URQ00NY-74" connectable="0" parent="zzqq1YDTvUKB0URQ00NY-133" style="group" value="" vertex="1">
          <mxGeometry height="95" width="470" x="32" as="geometry" />
        </mxCell>
        <mxCell id="zzqq1YDTvUKB0URQ00NY-75" parent="zzqq1YDTvUKB0URQ00NY-74" style="html=1;shadow=0;dashed=0;align=center;verticalAlign=middle;shape=mxgraph.arrows2.arrow;dy=0;dx=10;notch=10;" value="" vertex="1">
          <mxGeometry height="60" width="117.17391304347828" y="30" as="geometry" />
        </mxCell>
        <mxCell id="zzqq1YDTvUKB0URQ00NY-76" parent="zzqq1YDTvUKB0URQ00NY-74" style="text;whiteSpace=wrap;html=1;" value="&lt;div style=&quot;font-size: 12.000001px; text-align: center;&quot;&gt;&lt;span style=&quot;text-wrap-mode: nowrap;&quot;&gt;&lt;font style=&quot;font-size: 11px;&quot;&gt;&lt;br&gt;&lt;/font&gt;&lt;/span&gt;&lt;/div&gt;&lt;div style=&quot;font-size: 12.000001px; text-align: center;&quot;&gt;&lt;span style=&quot;text-wrap-mode: nowrap;&quot;&gt;&lt;font style=&quot;font-size: 11px;&quot;&gt;ustawienie&amp;nbsp;&lt;/font&gt;&lt;/span&gt;&lt;/div&gt;&lt;div style=&quot;font-size: 12.000001px; text-align: center;&quot;&gt;&lt;span style=&quot;text-wrap-mode: nowrap;&quot;&gt;&lt;font style=&quot;font-size: 11px;&quot;&gt;pinów&lt;/font&gt;&lt;/span&gt;&lt;/div&gt;&lt;div style=&quot;font-size: 12.000001px; text-align: center;&quot;&gt;&lt;span style=&quot;text-wrap-mode: nowrap;&quot;&gt;&lt;font style=&quot;font-size: 11px;&quot;&gt;&amp;nbsp;sterujących&amp;nbsp;&lt;/font&gt;&lt;/span&gt;&lt;/div&gt;&lt;div style=&quot;font-size: 12.000001px; text-align: center;&quot;&gt;&lt;span style=&quot;font-size: 11px; text-wrap-mode: nowrap;&quot;&gt;ESP32 -&amp;gt; A7670&lt;/span&gt;&lt;/div&gt;&lt;div&gt;&lt;span style=&quot;font-size: 11px; text-wrap-mode: nowrap;&quot;&gt;&lt;br&gt;&lt;/span&gt;&lt;/div&gt;" vertex="1">
          <mxGeometry height="80" width="97.17" x="20" y="10" as="geometry" />
        </mxCell>
        <mxCell id="zzqq1YDTvUKB0URQ00NY-77" parent="zzqq1YDTvUKB0URQ00NY-74" style="html=1;shadow=0;dashed=0;align=center;verticalAlign=middle;shape=mxgraph.arrows2.arrow;dy=0;dx=10;notch=10;" value="" vertex="1">
          <mxGeometry height="60" width="117.17391304347828" x="117.17391304347828" y="30" as="geometry" />
        </mxCell>
        <mxCell id="zzqq1YDTvUKB0URQ00NY-78" parent="zzqq1YDTvUKB0URQ00NY-74" style="text;whiteSpace=wrap;html=1;align=center;" value="&lt;div style=&quot;&quot;&gt;&lt;span style=&quot;caret-color: rgb(0, 0, 0); text-wrap-mode: nowrap;&quot;&gt;&lt;font style=&quot;font-size: 11px;&quot;&gt;wyłączenie&lt;/font&gt;&lt;/span&gt;&lt;/div&gt;&lt;div style=&quot;&quot;&gt;&lt;span style=&quot;caret-color: rgb(0, 0, 0); text-wrap-mode: nowrap;&quot;&gt;&lt;font style=&quot;font-size: 11px;&quot;&gt;funkcyjne&lt;/font&gt;&lt;/span&gt;&lt;/div&gt;&lt;div style=&quot;&quot;&gt;&lt;font style=&quot;font-size: 9px;&quot;&gt;&lt;span style=&quot;text-wrap-mode: nowrap;&quot;&gt;(wyłączenie&amp;nbsp;&lt;/span&gt;&lt;span style=&quot;white-space: nowrap;&quot;&gt;przez&amp;nbsp;&lt;/span&gt;&lt;/font&gt;&lt;/div&gt;&lt;div style=&quot;&quot;&gt;&lt;span style=&quot;white-space: nowrap;&quot;&gt;&lt;font style=&quot;font-size: 9px;&quot;&gt;&lt;font&gt;PWRKEY&lt;/font&gt;&lt;font&gt; przy awarii)&amp;nbsp;&lt;/font&gt;&lt;/font&gt;&lt;/span&gt;&lt;/div&gt;" vertex="1">
          <mxGeometry height="70" width="120" x="120" y="25" as="geometry" />
        </mxCell>
        <mxCell id="zzqq1YDTvUKB0URQ00NY-79" parent="zzqq1YDTvUKB0URQ00NY-74" style="html=1;shadow=0;dashed=0;align=center;verticalAlign=middle;shape=mxgraph.arrows2.arrow;dy=0;dx=8.34;notch=10;" value="" vertex="1">
          <mxGeometry height="60" width="117.17391304347828" x="234.34782608695656" y="30" as="geometry" />
        </mxCell>
        <mxCell id="zzqq1YDTvUKB0URQ00NY-80" parent="zzqq1YDTvUKB0URQ00NY-74" style="text;whiteSpace=wrap;html=1;align=center;fontSize=11;" value="&lt;span style=&quot;text-wrap-mode: nowrap;&quot;&gt;&lt;font&gt;test komunikacji&amp;nbsp;&lt;/font&gt;&lt;/span&gt;&lt;span style=&quot;white-space: nowrap;&quot;&gt;AT&lt;/span&gt;&lt;div&gt;&lt;font style=&quot;font-size: 9px;&quot;&gt;&lt;span style=&quot;white-space: nowrap;&quot;&gt;(wyłączenie&amp;nbsp;&lt;/span&gt;&lt;span style=&quot;white-space: nowrap;&quot;&gt;przez&amp;nbsp;&lt;/span&gt;&lt;/font&gt;&lt;/div&gt;&lt;div&gt;&lt;span style=&quot;white-space: nowrap;&quot;&gt;&lt;font style=&quot;font-size: 9px;&quot;&gt;&lt;font&gt;PWRKEY&lt;/font&gt;&lt;font&gt;&amp;nbsp;&lt;/font&gt;&lt;/font&gt;&lt;/span&gt;&lt;/div&gt;&lt;div&gt;&lt;span style=&quot;white-space: nowrap;&quot;&gt;&lt;font&gt;&lt;font style=&quot;font-size: 9px;&quot;&gt;przy awarii)&amp;nbsp;&lt;/font&gt;&lt;/font&gt;&lt;/span&gt;&lt;/div&gt;" vertex="1">
          <mxGeometry height="60" width="110" x="240" y="30" as="geometry" />
        </mxCell>
        <mxCell id="zzqq1YDTvUKB0URQ00NY-82" parent="zzqq1YDTvUKB0URQ00NY-133" style="text;whiteSpace=wrap;html=1;align=center;" value="&lt;div style=&quot;&quot;&gt;&lt;span style=&quot;&quot;&gt;&lt;b&gt;&lt;font style=&quot;font-size: 15px;&quot;&gt;Wyłączenie modemu&lt;/font&gt;&lt;/b&gt;&lt;/span&gt;&lt;br&gt;&lt;/div&gt;" vertex="1">
          <mxGeometry height="50" width="470" as="geometry" />
        </mxCell>
      </root>
    </mxGraphModel>
  </diagram>
</mxfile>
